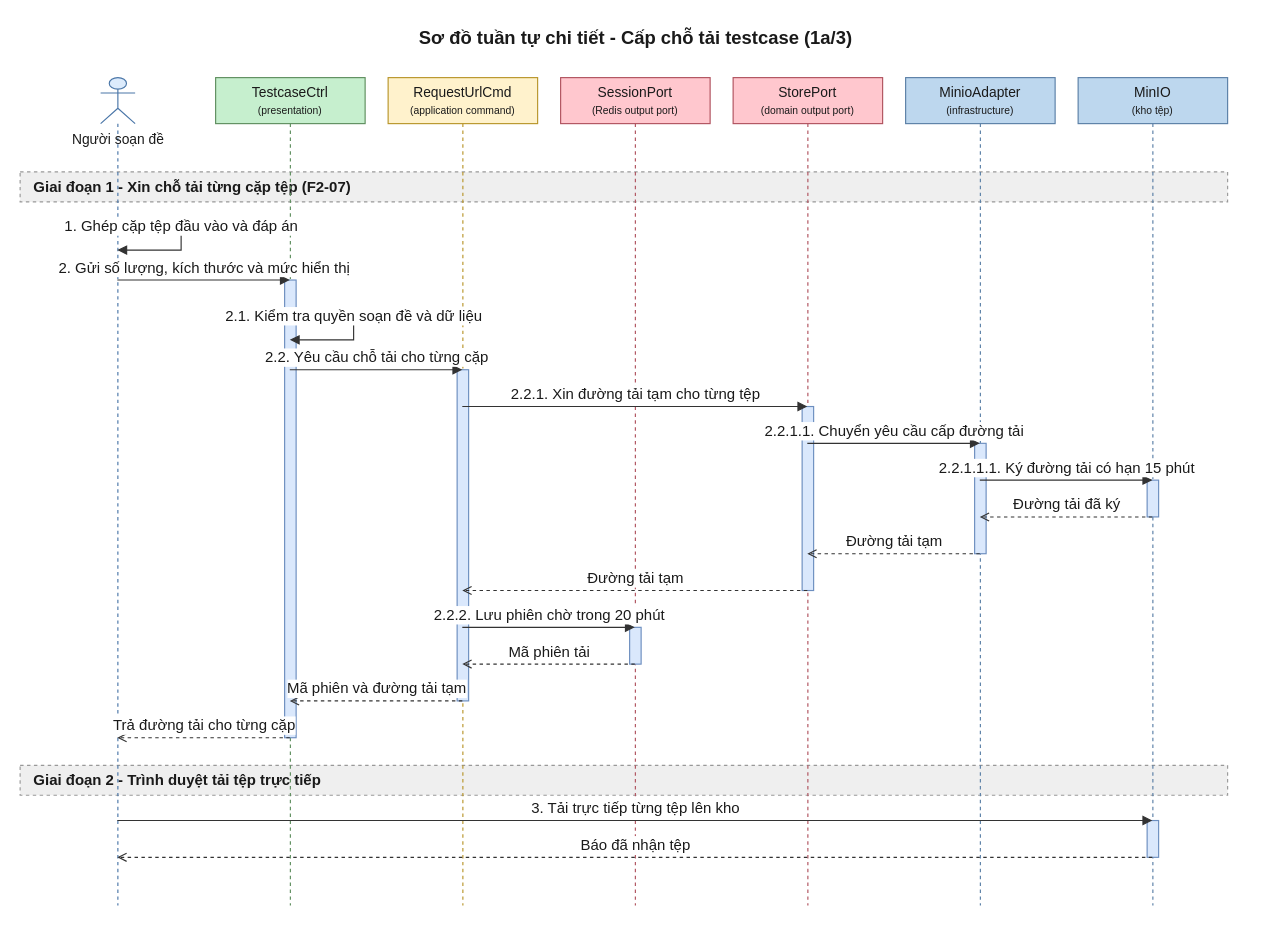
Earlier version of the draw.io diagram 08-diagram/sequence/shared/sequence_shared_quan_ly_testcase_p1.drawio (daiphu1801/PRJ_ALGOPREP). Source tidied: cells renumbered, new cells numbered last; positions are measured from the earlier drawing's top-left corner, leaving out a move shared by most shapes. Both pictures are drawn from the tidied source at 115%, with x=0, y=0 at pixel (20, 20).
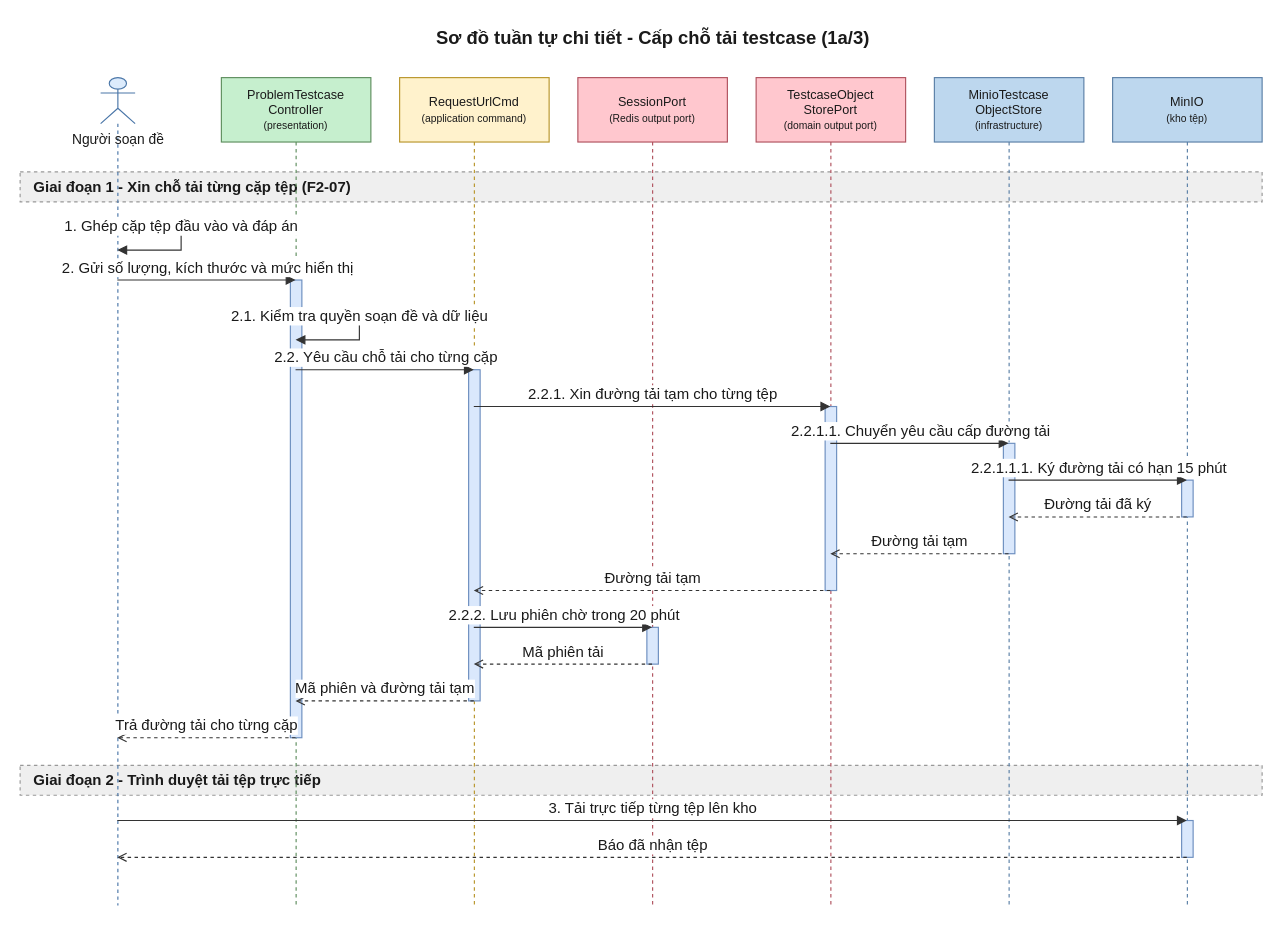
The same page after the edit.

Diff of the diagram source:
```diff
@@
     <mxCell id="2" value="Sơ đồ tuần tự chi tiết - Cấp chỗ tải testcase (1a/3)" style="text;html=1;fontSize=16;fontStyle=1;align=center;verticalAlign=middle;fontColor=#1A1A1A;" parent="1" vertex="1">
-      <mxGeometry x="20" width="1030" height="30" as="geometry" />
+      <mxGeometry x="20" width="1060" height="30" as="geometry" />
     </mxCell>
     <mxCell id="3" value="Giai đoạn 1 - Xin chỗ tải từng cặp tệp (F2-07)" style="algoprep=phase;rounded=0;whiteSpace=wrap;html=1;fillColor=#EFEFEF;strokeColor=#999999;dashed=1;align=left;verticalAlign=middle;spacingLeft=10;fontColor=#1A1A1A;fontSize=13;fontStyle=1;" parent="1" vertex="1">
-      <mxGeometry y="132" width="1050" height="26" as="geometry" />
+      <mxGeometry y="132" width="1080" height="26" as="geometry" />
     </mxCell>
     <mxCell id="4" value="Giai đoạn 2 - Trình duyệt tải tệp trực tiếp" style="algoprep=phase;rounded=0;whiteSpace=wrap;html=1;fillColor=#EFEFEF;strokeColor=#999999;dashed=1;align=left;verticalAlign=middle;spacingLeft=10;fontColor=#1A1A1A;fontSize=13;fontStyle=1;" parent="1" vertex="1">
-      <mxGeometry y="648" width="1050" height="26" as="geometry" />
+      <mxGeometry y="648" width="1080" height="26" as="geometry" />
     </mxCell>
@@
-    <mxCell id="6" value="TestcaseCtrl&lt;br&gt;&lt;font style=&quot;font-size:9px&quot;&gt;(presentation)&lt;/font&gt;" style="shape=umlLifeline;perimeter=lifelinePerimeter;whiteSpace=wrap;html=1;outlineConnect=0;size=40;fillColor=#C6EFCE;strokeColor=#5E8E5E;fontColor=#1A1A1A;" parent="1" vertex="1">
-      <mxGeometry x="170" y="50" width="130" height="720" as="geometry" />
+    <mxCell id="6" value="ProblemTestcase&lt;br&gt;Controller&lt;br&gt;&lt;font style=&quot;font-size:9px&quot;&gt;(presentation)&lt;/font&gt;" style="shape=umlLifeline;perimeter=lifelinePerimeter;whiteSpace=wrap;html=1;outlineConnect=0;size=56;fontSize=11;fillColor=#C6EFCE;strokeColor=#5E8E5E;fontColor=#1A1A1A;" parent="1" vertex="1">
+      <mxGeometry x="175" y="50" width="130" height="720" as="geometry" />
     </mxCell>
-    <mxCell id="7" value="RequestUrlCmd&lt;br&gt;&lt;font style=&quot;font-size:9px&quot;&gt;(application command)&lt;/font&gt;" style="shape=umlLifeline;perimeter=lifelinePerimeter;whiteSpace=wrap;html=1;outlineConnect=0;size=40;fillColor=#FFF2CC;strokeColor=#B8952A;fontColor=#1A1A1A;" parent="1" vertex="1">
-      <mxGeometry x="320" y="50" width="130" height="720" as="geometry" />
+    <mxCell id="7" value="RequestUrlCmd&lt;br&gt;&lt;font style=&quot;font-size:9px&quot;&gt;(application command)&lt;/font&gt;" style="shape=umlLifeline;perimeter=lifelinePerimeter;whiteSpace=wrap;html=1;outlineConnect=0;size=56;fontSize=11;fillColor=#FFF2CC;strokeColor=#B8952A;fontColor=#1A1A1A;" parent="1" vertex="1">
+      <mxGeometry x="330" y="50" width="130" height="720" as="geometry" />
     </mxCell>
-    <mxCell id="8" value="SessionPort&lt;br&gt;&lt;font style=&quot;font-size:9px&quot;&gt;(Redis output port)&lt;/font&gt;" style="shape=umlLifeline;perimeter=lifelinePerimeter;whiteSpace=wrap;html=1;outlineConnect=0;size=40;fillColor=#FFC7CE;strokeColor=#B0525E;fontColor=#1A1A1A;" parent="1" vertex="1">
-      <mxGeometry x="470" y="50" width="130" height="720" as="geometry" />
+    <mxCell id="8" value="SessionPort&lt;br&gt;&lt;font style=&quot;font-size:9px&quot;&gt;(Redis output port)&lt;/font&gt;" style="shape=umlLifeline;perimeter=lifelinePerimeter;whiteSpace=wrap;html=1;outlineConnect=0;size=56;fontSize=11;fillColor=#FFC7CE;strokeColor=#B0525E;fontColor=#1A1A1A;" parent="1" vertex="1">
+      <mxGeometry x="485" y="50" width="130" height="720" as="geometry" />
     </mxCell>
-    <mxCell id="9" value="StorePort&lt;br&gt;&lt;font style=&quot;font-size:9px&quot;&gt;(domain output port)&lt;/font&gt;" style="shape=umlLifeline;perimeter=lifelinePerimeter;whiteSpace=wrap;html=1;outlineConnect=0;size=40;fillColor=#FFC7CE;strokeColor=#B0525E;fontColor=#1A1A1A;" parent="1" vertex="1">
-      <mxGeometry x="620" y="50" width="130" height="720" as="geometry" />
+    <mxCell id="9" value="TestcaseObject&lt;br&gt;StorePort&lt;br&gt;&lt;font style=&quot;font-size:9px&quot;&gt;(domain output port)&lt;/font&gt;" style="shape=umlLifeline;perimeter=lifelinePerimeter;whiteSpace=wrap;html=1;outlineConnect=0;size=56;fontSize=11;fillColor=#FFC7CE;strokeColor=#B0525E;fontColor=#1A1A1A;" parent="1" vertex="1">
+      <mxGeometry x="640" y="50" width="130" height="720" as="geometry" />
     </mxCell>
-    <mxCell id="10" value="MinioAdapter&lt;br&gt;&lt;font style=&quot;font-size:9px&quot;&gt;(infrastructure)&lt;/font&gt;" style="shape=umlLifeline;perimeter=lifelinePerimeter;whiteSpace=wrap;html=1;outlineConnect=0;size=40;fillColor=#BDD7EE;strokeColor=#5A7FA6;fontColor=#1A1A1A;" parent="1" vertex="1">
-      <mxGeometry x="770" y="50" width="130" height="720" as="geometry" />
+    <mxCell id="10" value="MinioTestcase&lt;br&gt;ObjectStore&lt;br&gt;&lt;font style=&quot;font-size:9px&quot;&gt;(infrastructure)&lt;/font&gt;" style="shape=umlLifeline;perimeter=lifelinePerimeter;whiteSpace=wrap;html=1;outlineConnect=0;size=56;fontSize=11;fillColor=#BDD7EE;strokeColor=#5A7FA6;fontColor=#1A1A1A;" parent="1" vertex="1">
+      <mxGeometry x="795" y="50" width="130" height="720" as="geometry" />
     </mxCell>
-    <mxCell id="11" value="MinIO&lt;br&gt;&lt;font style=&quot;font-size:9px&quot;&gt;(kho tệp)&lt;/font&gt;" style="shape=umlLifeline;perimeter=lifelinePerimeter;whiteSpace=wrap;html=1;outlineConnect=0;size=40;fillColor=#BDD7EE;strokeColor=#5A7FA6;fontColor=#1A1A1A;" parent="1" vertex="1">
-      <mxGeometry x="920" y="50" width="130" height="720" as="geometry" />
+    <mxCell id="11" value="MinIO&lt;br&gt;&lt;font style=&quot;font-size:9px&quot;&gt;(kho tệp)&lt;/font&gt;" style="shape=umlLifeline;perimeter=lifelinePerimeter;whiteSpace=wrap;html=1;outlineConnect=0;size=56;fontSize=11;fillColor=#BDD7EE;strokeColor=#5A7FA6;fontColor=#1A1A1A;" parent="1" vertex="1">
+      <mxGeometry x="950" y="50" width="130" height="720" as="geometry" />
     </mxCell>
@@
     <mxCell id="21" value="2.1. Kiểm tra quyền soạn đề và dữ liệu" style="edgeStyle=orthogonalEdgeStyle;rounded=0;html=1;endArrow=block;endFill=1;strokeColor=#333333;fontColor=#1A1A1A;fontSize=13;verticalAlign=bottom;exitX=0.5;exitY=0.2889;exitDx=0;exitDy=0;entryX=0.5;entryY=0.3167;entryDx=0;entryDy=0;" parent="1" edge="1" source="6" target="6">
       <mxGeometry relative="1" as="geometry">
         <Array as="points">
-          <mxPoint x="290" y="258" />
-          <mxPoint x="290" y="278" />
+          <mxPoint x="295" y="258" />
+          <mxPoint x="295" y="278" />
         </Array>
       </mxGeometry>
     </mxCell>
```
